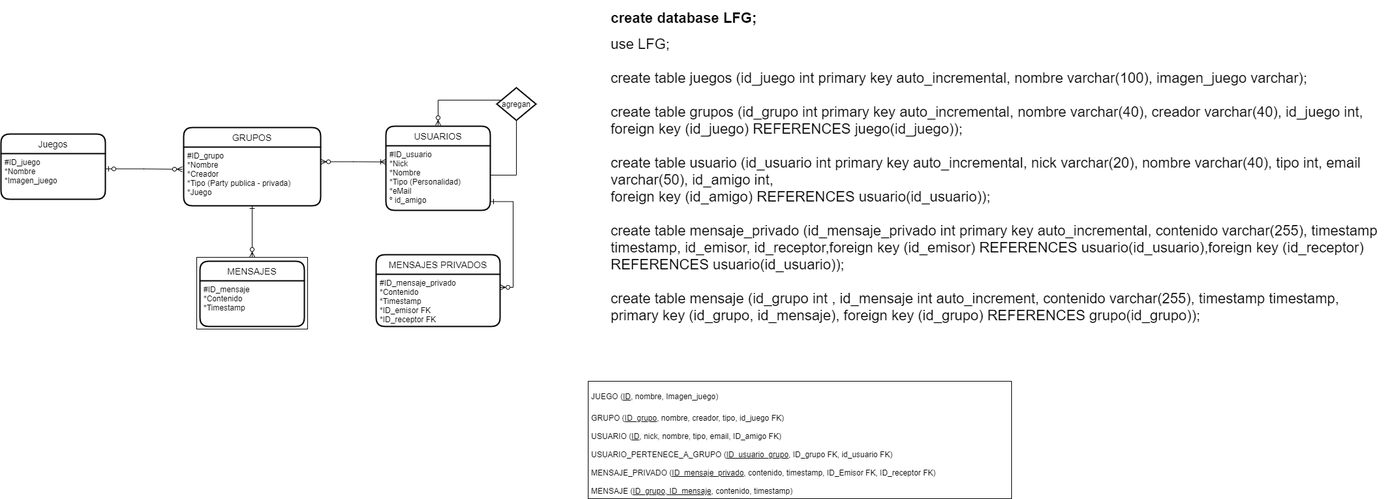
Amc210/Proyecto-Final keeps this draw.io diagram as ModeloProyecto/ModeloProyectoImagen.png. Above is the earlier version. Source tidied: cells renumbered, new cells last; positions are measured from the earlier drawing's top-left corner, leaving out a move shared by most shapes. The source it was exported from:
```xml
<mxGraphModel>
  <root>
    <mxCell id="0" />
    <mxCell id="1" parent="0" />
    <mxCell id="2" style="rounded=0;whiteSpace=wrap;html=1;strokeColor=#000000;" parent="1" vertex="1">
      <mxGeometry x="300" y="384" width="170" height="110" as="geometry" />
    </mxCell>
    <mxCell id="3" value="USUARIOS" style="swimlane;horizontal=1;startSize=30;rounded=1;fontSize=14;fontStyle=0;strokeWidth=2;shadow=0;dashed=0;align=center;" parent="1" vertex="1">
      <mxGeometry x="590" y="183" width="160" height="129" as="geometry" />
    </mxCell>
    <mxCell id="4" value="#ID_usuario&#10;*Nick&#10;*Nombre&#10;*Tipo (Personalidad)&#10;*eMail&#10;º id_amigo&#10;" style="align=left;strokeColor=none;fillColor=none;spacingLeft=4;fontSize=12;verticalAlign=top;" parent="3" vertex="1">
      <mxGeometry y="30" width="160" height="99" as="geometry" />
    </mxCell>
    <mxCell id="5" style="edgeStyle=orthogonalEdgeStyle;rounded=0;jettySize=auto;html=1;exitX=1;exitY=0.5;exitDx=0;exitDy=0;endArrow=ERzeroToMany;endFill=1;startArrow=none;startFill=0;" parent="3" edge="1" source="4">
      <mxGeometry relative="1" as="geometry">
        <mxPoint x="80" y="-1" as="targetPoint" />
        <Array as="points">
          <mxPoint x="200" y="75" />
          <mxPoint x="200" y="-40" />
          <mxPoint x="80" y="-40" />
        </Array>
      </mxGeometry>
    </mxCell>
    <mxCell id="6" value="GRUPOS" style="swimlane;horizontal=1;startSize=30;rounded=1;fontSize=14;fontStyle=0;strokeWidth=2;shadow=0;dashed=0;align=center;" parent="1" vertex="1">
      <mxGeometry x="280" y="185" width="210" height="120" as="geometry" />
    </mxCell>
    <mxCell id="7" value="#ID_grupo&#10;*Nombre&#10;*Creador&#10;*Tipo (Party publica - privada)&#10;*Juego" style="align=left;strokeColor=none;fillColor=none;spacingLeft=4;fontSize=12;verticalAlign=top;" parent="6" vertex="1">
      <mxGeometry y="30" width="210" height="90" as="geometry" />
    </mxCell>
    <mxCell id="8" value="Juegos" style="swimlane;horizontal=1;startSize=30;rounded=1;fontSize=14;fontStyle=0;strokeWidth=2;shadow=0;dashed=0;align=center;" parent="1" vertex="1">
      <mxGeometry y="195" width="160" height="100" as="geometry" />
    </mxCell>
    <mxCell id="9" value="#ID_juego&#10;*Nombre&#10;*Imagen_juego" style="align=left;strokeColor=none;fillColor=none;spacingLeft=4;fontSize=12;verticalAlign=top;" parent="8" vertex="1">
      <mxGeometry y="30" width="160" height="70" as="geometry" />
    </mxCell>
    <mxCell id="10" value="MENSAJES PRIVADOS" style="swimlane;horizontal=1;startSize=30;rounded=1;fontSize=14;fontStyle=0;strokeWidth=2;shadow=0;dashed=0;align=center;" parent="1" vertex="1">
      <mxGeometry x="575" y="380" width="190" height="110" as="geometry" />
    </mxCell>
    <mxCell id="11" value="#ID_mensaje_privado&#10;*Contenido&#10;*Timestamp&#10;*ID_emisor FK&#10;*ID_receptor FK" style="align=left;strokeColor=none;fillColor=none;spacingLeft=4;fontSize=12;verticalAlign=top;" parent="10" vertex="1">
      <mxGeometry y="30" width="190" height="80" as="geometry" />
    </mxCell>
    <mxCell id="12" style="edgeStyle=orthogonalEdgeStyle;rounded=0;jettySize=auto;html=1;exitX=1;exitY=0.25;exitDx=0;exitDy=0;entryX=0;entryY=0.25;entryDx=0;entryDy=0;endArrow=ERoneToMany;endFill=0;startArrow=ERzeroToMany;startFill=1;" parent="1" edge="1" source="7" target="4">
      <mxGeometry relative="1" as="geometry" />
    </mxCell>
    <mxCell id="13" style="edgeStyle=orthogonalEdgeStyle;rounded=0;jettySize=auto;html=1;exitX=0.5;exitY=1;exitDx=0;exitDy=0;endArrow=ERzeroToMany;endFill=1;startArrow=ERone;startFill=0;entryX=0.5;entryY=0;entryDx=0;entryDy=0;" parent="1" edge="1" source="7" target="2">
      <mxGeometry relative="1" as="geometry" />
    </mxCell>
    <mxCell id="14" style="edgeStyle=orthogonalEdgeStyle;rounded=0;jettySize=auto;html=1;exitX=1;exitY=0.25;exitDx=0;exitDy=0;endArrow=ERone;endFill=0;startArrow=ERzeroToMany;startFill=1;entryX=1.006;entryY=0.864;entryDx=0;entryDy=0;entryPerimeter=0;" parent="1" edge="1" source="11" target="4">
      <mxGeometry relative="1" as="geometry" />
    </mxCell>
    <mxCell id="15" style="edgeStyle=orthogonalEdgeStyle;rounded=0;jettySize=auto;html=1;endArrow=ERzeroToMany;endFill=1;startArrow=ERzeroToOne;startFill=1;exitX=1.006;exitY=0.334;exitDx=0;exitDy=0;exitPerimeter=0;" parent="1" edge="1" source="9">
      <mxGeometry relative="1" as="geometry">
        <mxPoint x="278" y="249" as="targetPoint" />
      </mxGeometry>
    </mxCell>
    <mxCell id="16" value="agregan" style="strokeWidth=2;html=1;shape=mxgraph.flowchart.decision;whiteSpace=wrap;" parent="1" vertex="1">
      <mxGeometry x="760" y="124" width="60" height="50" as="geometry" />
    </mxCell>
    <mxCell id="17" value="&lt;h1&gt;&lt;span style=&quot;font-size: 12px ; font-weight: 400&quot;&gt;JUEGO (&lt;u&gt;ID&lt;/u&gt;, nombre, Imagen_juego)&lt;/span&gt;&lt;br style=&quot;font-size: 12px ; font-weight: 400&quot;&gt;&lt;/h1&gt;&lt;div&gt;&lt;span style=&quot;font-size: 12px ; font-weight: 400&quot;&gt;GRUPO (&lt;u&gt;ID_grupo&lt;/u&gt;, nombre, creador, tipo, id_juego FK)&lt;/span&gt;&lt;/div&gt;&lt;div&gt;&lt;span style=&quot;font-size: 12px ; font-weight: 400&quot;&gt;&lt;br&gt;&lt;/span&gt;&lt;/div&gt;&lt;div&gt;USUARIO (&lt;u&gt;ID&lt;/u&gt;, nick, nombre, tipo, email, ID_amigo FK)&lt;/div&gt;&lt;div&gt;&lt;br&gt;&lt;/div&gt;&lt;div&gt;USUARIO_PERTENECE_A_GRUPO (&lt;u&gt;ID_usuario_grupo&lt;/u&gt;, ID_grupo FK, id_usuario FK)&lt;/div&gt;&lt;div&gt;&lt;br&gt;&lt;/div&gt;&lt;div&gt;MENSAJE_PRIVADO (&lt;u&gt;ID_mensaje_privado&lt;/u&gt;, contenido, timestamp, ID_Emisor FK, ID_receptor FK)&lt;/div&gt;&lt;div&gt;&lt;br&gt;&lt;/div&gt;&lt;div&gt;MENSAJE (&lt;u&gt;ID_grupo,&amp;nbsp;ID_mensaje&lt;/u&gt;, contenido, timestamp)&lt;/div&gt;" style="text;html=1;fillColor=none;spacing=5;spacingTop=-20;whiteSpace=wrap;overflow=hidden;rounded=0;strokeColor=#000000;align=left;" parent="1" vertex="1">
      <mxGeometry x="900" y="574" width="649" height="180" as="geometry" />
    </mxCell>
    <mxCell id="18" value="&lt;h1 style=&quot;font-size: 22px&quot;&gt;&lt;font style=&quot;font-size: 22px&quot;&gt;create database LFG;&lt;/font&gt;&lt;/h1&gt;&lt;div style=&quot;font-size: 22px&quot;&gt;use LFG;&lt;/div&gt;&lt;div style=&quot;font-size: 22px&quot;&gt;&lt;br&gt;&lt;/div&gt;&lt;div style=&quot;font-size: 22px&quot;&gt;create table juegos (id_juego int primary key auto_incremental, nombre varchar(100), imagen_juego varchar);&lt;/div&gt;&lt;div style=&quot;font-size: 22px&quot;&gt;&lt;br&gt;&lt;/div&gt;&lt;div style=&quot;font-size: 22px&quot;&gt;create table grupos (id_grupo int primary key auto_incremental, nombre varchar(40), creador varchar(40), id_juego int, foreign key (id_juego) REFERENCES juego(id_juego));&lt;/div&gt;&lt;div style=&quot;font-size: 22px&quot;&gt;&lt;br&gt;&lt;/div&gt;&lt;div style=&quot;font-size: 22px&quot;&gt;create table usuario (id_usuario int primary key auto_incremental, nick varchar(20), nombre varchar(40), tipo int, email varchar(50), id_amigo int,&amp;nbsp;&lt;/div&gt;&lt;span style=&quot;font-size: 22px&quot;&gt;foreign key (id_amigo) REFERENCES usuario(id_usuario));&lt;br&gt;&lt;br&gt;create table mensaje_privado (id_mensaje_privado int primary key auto_incremental, contenido varchar(255), timestamp timestamp, id_emisor, id_receptor,&lt;/span&gt;&lt;span style=&quot;font-size: 22px&quot;&gt;foreign key (id_emisor) REFERENCES usuario&lt;/span&gt;&lt;span style=&quot;font-size: 22px&quot;&gt;(id_usuario),&lt;/span&gt;&lt;span style=&quot;font-size: 22px&quot;&gt;foreign key (id_receptor) REFERENCES usuario&lt;/span&gt;&lt;span style=&quot;font-size: 22px&quot;&gt;(id_usuario)&lt;/span&gt;&lt;span style=&quot;font-size: 22px&quot;&gt;);&lt;br&gt;&lt;br&gt;create table mensaje (id_grupo int , id_mensaje int auto_increment, contenido varchar(255), timestamp timestamp, primary key (id_grupo, id_mensaje),&amp;nbsp;&lt;/span&gt;&lt;span style=&quot;font-size: 22px&quot;&gt;foreign key (id_grupo) REFERENCES grupo&lt;/span&gt;&lt;span style=&quot;font-size: 22px&quot;&gt;(id_grupo));&lt;/span&gt;&lt;span style=&quot;font-size: 22px&quot;&gt;&lt;br&gt;&lt;/span&gt;" style="text;html=1;strokeColor=none;fillColor=none;spacing=5;spacingTop=-20;whiteSpace=wrap;overflow=hidden;rounded=0;" parent="1" vertex="1">
      <mxGeometry x="930" width="1200" height="594" as="geometry" />
    </mxCell>
    <mxCell id="19" value="MENSAJES" style="swimlane;horizontal=1;startSize=30;rounded=1;fontSize=14;fontStyle=0;strokeWidth=2;shadow=0;dashed=0;align=center;" parent="1" vertex="1">
      <mxGeometry x="305" y="390" width="160" height="100" as="geometry" />
    </mxCell>
    <mxCell id="20" value="#ID_mensaje&#10;*Contenido&#10;*Timestamp" style="align=left;strokeColor=none;fillColor=none;spacingLeft=4;fontSize=12;verticalAlign=top;" parent="19" vertex="1">
      <mxGeometry y="30" width="160" height="70" as="geometry" />
    </mxCell>
  </root>
</mxGraphModel>
```
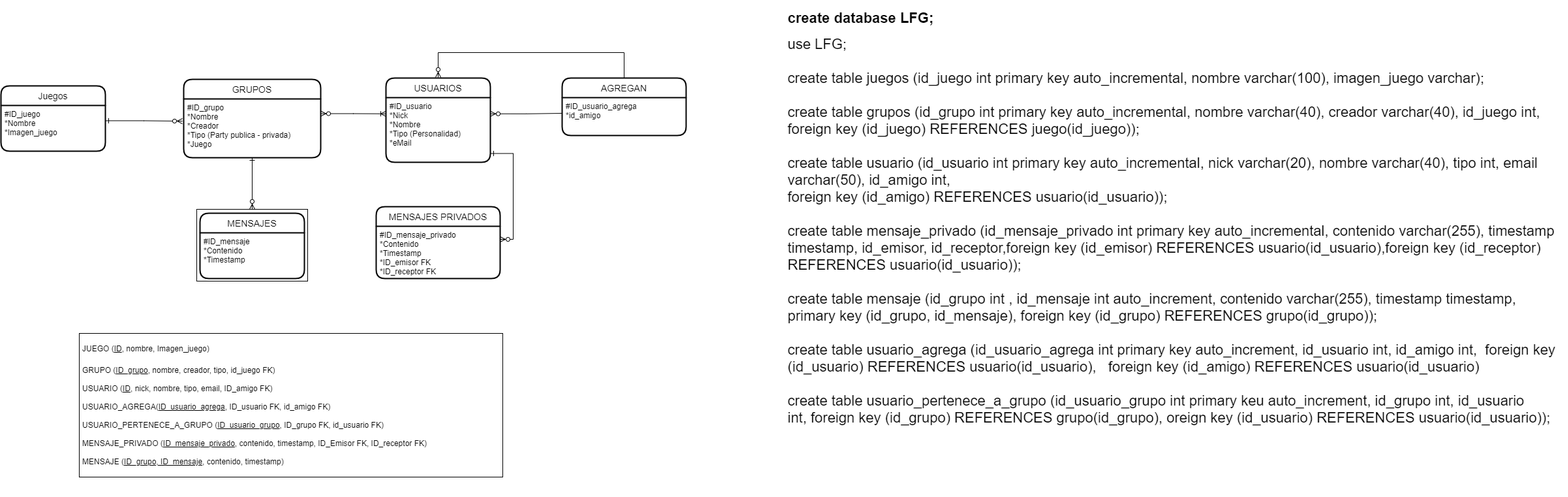
After the change.

The edit, as a diff of the source:
```diff
@@ -8,16 +8,15 @@
     <mxCell id="3" value="USUARIOS" style="swimlane;horizontal=1;startSize=30;rounded=1;fontSize=14;fontStyle=0;strokeWidth=2;shadow=0;dashed=0;align=center;" parent="1" vertex="1">
       <mxGeometry x="590" y="183" width="160" height="129" as="geometry" />
     </mxCell>
-    <mxCell id="4" value="#ID_usuario&#10;*Nick&#10;*Nombre&#10;*Tipo (Personalidad)&#10;*eMail&#10;º id_amigo&#10;" style="align=left;strokeColor=none;fillColor=none;spacingLeft=4;fontSize=12;verticalAlign=top;" parent="3" vertex="1">
+    <mxCell id="4" value="#ID_usuario&#10;*Nick&#10;*Nombre&#10;*Tipo (Personalidad)&#10;*eMail" style="align=left;strokeColor=none;fillColor=none;spacingLeft=4;fontSize=12;verticalAlign=top;" parent="3" vertex="1">
       <mxGeometry y="30" width="160" height="99" as="geometry" />
     </mxCell>
-    <mxCell id="5" style="edgeStyle=orthogonalEdgeStyle;rounded=0;jettySize=auto;html=1;exitX=1;exitY=0.5;exitDx=0;exitDy=0;endArrow=ERzeroToMany;endFill=1;startArrow=none;startFill=0;" parent="3" edge="1" source="4">
+    <mxCell id="5" style="edgeStyle=orthogonalEdgeStyle;rounded=0;jettySize=auto;html=1;endArrow=ERzeroToMany;endFill=1;startArrow=none;startFill=0;exitX=0.5;exitY=0;exitDx=0;exitDy=0;" parent="3" edge="1" source="21">
       <mxGeometry relative="1" as="geometry">
         <mxPoint x="80" y="-1" as="targetPoint" />
         <Array as="points">
-          <mxPoint x="200" y="75" />
-          <mxPoint x="200" y="-40" />
-          <mxPoint x="80" y="-40" />
+          <mxPoint x="365" y="-39" />
+          <mxPoint x="80" y="-39" />
         </Array>
       </mxGeometry>
     </mxCell>
@@ -48,19 +47,16 @@
     <mxCell id="14" style="edgeStyle=orthogonalEdgeStyle;rounded=0;jettySize=auto;html=1;exitX=1;exitY=0.25;exitDx=0;exitDy=0;endArrow=ERone;endFill=0;startArrow=ERzeroToMany;startFill=1;entryX=1.006;entryY=0.864;entryDx=0;entryDy=0;entryPerimeter=0;" parent="1" edge="1" source="11" target="4">
       <mxGeometry relative="1" as="geometry" />
     </mxCell>
-    <mxCell id="15" style="edgeStyle=orthogonalEdgeStyle;rounded=0;jettySize=auto;html=1;endArrow=ERzeroToMany;endFill=1;startArrow=ERzeroToOne;startFill=1;exitX=1.006;exitY=0.334;exitDx=0;exitDy=0;exitPerimeter=0;" parent="1" edge="1" source="9">
+    <mxCell id="15" style="edgeStyle=orthogonalEdgeStyle;rounded=0;jettySize=auto;html=1;endArrow=ERzeroToMany;endFill=1;startArrow=ERone;startFill=0;exitX=1.006;exitY=0.334;exitDx=0;exitDy=0;exitPerimeter=0;" parent="1" edge="1" source="9">
       <mxGeometry relative="1" as="geometry">
         <mxPoint x="278" y="249" as="targetPoint" />
       </mxGeometry>
     </mxCell>
-    <mxCell id="16" value="agregan" style="strokeWidth=2;html=1;shape=mxgraph.flowchart.decision;whiteSpace=wrap;" parent="1" vertex="1">
-      <mxGeometry x="760" y="124" width="60" height="50" as="geometry" />
-    </mxCell>
-    <mxCell id="17" value="&lt;h1&gt;&lt;span style=&quot;font-size: 12px ; font-weight: 400&quot;&gt;JUEGO (&lt;u&gt;ID&lt;/u&gt;, nombre, Imagen_juego)&lt;/span&gt;&lt;br style=&quot;font-size: 12px ; font-weight: 400&quot;&gt;&lt;/h1&gt;&lt;div&gt;&lt;span style=&quot;font-size: 12px ; font-weight: 400&quot;&gt;GRUPO (&lt;u&gt;ID_grupo&lt;/u&gt;, nombre, creador, tipo, id_juego FK)&lt;/span&gt;&lt;/div&gt;&lt;div&gt;&lt;span style=&quot;font-size: 12px ; font-weight: 400&quot;&gt;&lt;br&gt;&lt;/span&gt;&lt;/div&gt;&lt;div&gt;USUARIO (&lt;u&gt;ID&lt;/u&gt;, nick, nombre, tipo, email, ID_amigo FK)&lt;/div&gt;&lt;div&gt;&lt;br&gt;&lt;/div&gt;&lt;div&gt;USUARIO_PERTENECE_A_GRUPO (&lt;u&gt;ID_usuario_grupo&lt;/u&gt;, ID_grupo FK, id_usuario FK)&lt;/div&gt;&lt;div&gt;&lt;br&gt;&lt;/div&gt;&lt;div&gt;MENSAJE_PRIVADO (&lt;u&gt;ID_mensaje_privado&lt;/u&gt;, contenido, timestamp, ID_Emisor FK, ID_receptor FK)&lt;/div&gt;&lt;div&gt;&lt;br&gt;&lt;/div&gt;&lt;div&gt;MENSAJE (&lt;u&gt;ID_grupo,&amp;nbsp;ID_mensaje&lt;/u&gt;, contenido, timestamp)&lt;/div&gt;" style="text;html=1;fillColor=none;spacing=5;spacingTop=-20;whiteSpace=wrap;overflow=hidden;rounded=0;strokeColor=#000000;align=left;" parent="1" vertex="1">
-      <mxGeometry x="900" y="574" width="649" height="180" as="geometry" />
+    <mxCell id="17" value="&lt;h1&gt;&lt;span style=&quot;font-size: 12px ; font-weight: 400&quot;&gt;JUEGO (&lt;u&gt;ID&lt;/u&gt;, nombre, Imagen_juego)&lt;/span&gt;&lt;br style=&quot;font-size: 12px ; font-weight: 400&quot;&gt;&lt;/h1&gt;&lt;div&gt;&lt;span style=&quot;font-size: 12px ; font-weight: 400&quot;&gt;GRUPO (&lt;u&gt;ID_grupo&lt;/u&gt;, nombre, creador, tipo, id_juego FK)&lt;/span&gt;&lt;/div&gt;&lt;div&gt;&lt;span style=&quot;font-size: 12px ; font-weight: 400&quot;&gt;&lt;br&gt;&lt;/span&gt;&lt;/div&gt;&lt;div&gt;USUARIO (&lt;u&gt;ID&lt;/u&gt;, nick, nombre, tipo, email, ID_amigo FK)&lt;/div&gt;&lt;div&gt;&lt;br&gt;&lt;/div&gt;&lt;div&gt;USUARIO_AGREGA(&lt;u&gt;ID_usuario_agrega&lt;/u&gt;, ID_usuario FK, id_amigo FK)&lt;/div&gt;&lt;div&gt;&lt;br&gt;&lt;/div&gt;&lt;div&gt;USUARIO_PERTENECE_A_GRUPO (&lt;u&gt;ID_usuario_grupo&lt;/u&gt;, ID_grupo FK, id_usuario FK)&lt;/div&gt;&lt;div&gt;&lt;br&gt;&lt;/div&gt;&lt;div&gt;MENSAJE_PRIVADO (&lt;u&gt;ID_mensaje_privado&lt;/u&gt;, contenido, timestamp, ID_Emisor FK, ID_receptor FK)&lt;/div&gt;&lt;div&gt;&lt;br&gt;&lt;/div&gt;&lt;div&gt;MENSAJE (&lt;u&gt;ID_grupo,&amp;nbsp;ID_mensaje&lt;/u&gt;, contenido, timestamp)&lt;/div&gt;" style="text;html=1;fillColor=none;spacing=5;spacingTop=-20;whiteSpace=wrap;overflow=hidden;rounded=0;strokeColor=#000000;align=left;" parent="1" vertex="1">
+      <mxGeometry x="120" y="574" width="649" height="220" as="geometry" />
     </mxCell>
-    <mxCell id="18" value="&lt;h1 style=&quot;font-size: 22px&quot;&gt;&lt;font style=&quot;font-size: 22px&quot;&gt;create database LFG;&lt;/font&gt;&lt;/h1&gt;&lt;div style=&quot;font-size: 22px&quot;&gt;use LFG;&lt;/div&gt;&lt;div style=&quot;font-size: 22px&quot;&gt;&lt;br&gt;&lt;/div&gt;&lt;div style=&quot;font-size: 22px&quot;&gt;create table juegos (id_juego int primary key auto_incremental, nombre varchar(100), imagen_juego varchar);&lt;/div&gt;&lt;div style=&quot;font-size: 22px&quot;&gt;&lt;br&gt;&lt;/div&gt;&lt;div style=&quot;font-size: 22px&quot;&gt;create table grupos (id_grupo int primary key auto_incremental, nombre varchar(40), creador varchar(40), id_juego int, foreign key (id_juego) REFERENCES juego(id_juego));&lt;/div&gt;&lt;div style=&quot;font-size: 22px&quot;&gt;&lt;br&gt;&lt;/div&gt;&lt;div style=&quot;font-size: 22px&quot;&gt;create table usuario (id_usuario int primary key auto_incremental, nick varchar(20), nombre varchar(40), tipo int, email varchar(50), id_amigo int,&amp;nbsp;&lt;/div&gt;&lt;span style=&quot;font-size: 22px&quot;&gt;foreign key (id_amigo) REFERENCES usuario(id_usuario));&lt;br&gt;&lt;br&gt;create table mensaje_privado (id_mensaje_privado int primary key auto_incremental, contenido varchar(255), timestamp timestamp, id_emisor, id_receptor,&lt;/span&gt;&lt;span style=&quot;font-size: 22px&quot;&gt;foreign key (id_emisor) REFERENCES usuario&lt;/span&gt;&lt;span style=&quot;font-size: 22px&quot;&gt;(id_usuario),&lt;/span&gt;&lt;span style=&quot;font-size: 22px&quot;&gt;foreign key (id_receptor) REFERENCES usuario&lt;/span&gt;&lt;span style=&quot;font-size: 22px&quot;&gt;(id_usuario)&lt;/span&gt;&lt;span style=&quot;font-size: 22px&quot;&gt;);&lt;br&gt;&lt;br&gt;create table mensaje (id_grupo int , id_mensaje int auto_increment, contenido varchar(255), timestamp timestamp, primary key (id_grupo, id_mensaje),&amp;nbsp;&lt;/span&gt;&lt;span style=&quot;font-size: 22px&quot;&gt;foreign key (id_grupo) REFERENCES grupo&lt;/span&gt;&lt;span style=&quot;font-size: 22px&quot;&gt;(id_grupo));&lt;/span&gt;&lt;span style=&quot;font-size: 22px&quot;&gt;&lt;br&gt;&lt;/span&gt;" style="text;html=1;strokeColor=none;fillColor=none;spacing=5;spacingTop=-20;whiteSpace=wrap;overflow=hidden;rounded=0;" parent="1" vertex="1">
-      <mxGeometry x="930" width="1200" height="594" as="geometry" />
+    <mxCell id="18" value="&lt;h1 style=&quot;font-size: 22px&quot;&gt;&lt;font style=&quot;font-size: 22px&quot;&gt;create database LFG;&lt;/font&gt;&lt;/h1&gt;&lt;div style=&quot;font-size: 22px&quot;&gt;use LFG;&lt;/div&gt;&lt;div style=&quot;font-size: 22px&quot;&gt;&lt;br&gt;&lt;/div&gt;&lt;div style=&quot;font-size: 22px&quot;&gt;create table juegos (id_juego int primary key auto_incremental, nombre varchar(100), imagen_juego varchar);&lt;/div&gt;&lt;div style=&quot;font-size: 22px&quot;&gt;&lt;br&gt;&lt;/div&gt;&lt;div style=&quot;font-size: 22px&quot;&gt;create table grupos (id_grupo int primary key auto_incremental, nombre varchar(40), creador varchar(40), id_juego int, foreign key (id_juego) REFERENCES juego(id_juego));&lt;/div&gt;&lt;div style=&quot;font-size: 22px&quot;&gt;&lt;br&gt;&lt;/div&gt;&lt;div style=&quot;font-size: 22px&quot;&gt;create table usuario (id_usuario int primary key auto_incremental, nick varchar(20), nombre varchar(40), tipo int, email varchar(50), id_amigo int,&amp;nbsp;&lt;/div&gt;&lt;span style=&quot;font-size: 22px&quot;&gt;foreign key (id_amigo) REFERENCES usuario(id_usuario));&lt;br&gt;&lt;br&gt;create table mensaje_privado (id_mensaje_privado int primary key auto_incremental, contenido varchar(255), timestamp timestamp, id_emisor, id_receptor,&lt;/span&gt;&lt;span style=&quot;font-size: 22px&quot;&gt;foreign key (id_emisor) REFERENCES usuario&lt;/span&gt;&lt;span style=&quot;font-size: 22px&quot;&gt;(id_usuario),&lt;/span&gt;&lt;span style=&quot;font-size: 22px&quot;&gt;foreign key (id_receptor) REFERENCES usuario&lt;/span&gt;&lt;span style=&quot;font-size: 22px&quot;&gt;(id_usuario)&lt;/span&gt;&lt;span style=&quot;font-size: 22px&quot;&gt;);&lt;br&gt;&lt;br&gt;create table mensaje (id_grupo int , id_mensaje int auto_increment, contenido varchar(255), timestamp timestamp, primary key (id_grupo, id_mensaje),&amp;nbsp;&lt;/span&gt;&lt;span style=&quot;font-size: 22px&quot;&gt;foreign key (id_grupo) REFERENCES grupo&lt;/span&gt;&lt;span style=&quot;font-size: 22px&quot;&gt;(id_grupo));&lt;br&gt;&lt;/span&gt;&lt;span style=&quot;font-size: 22px&quot;&gt;&lt;br&gt;create table usuario_agrega (id_usuario_agrega int primary key auto_increment, id_usuario int, id_amigo int,&amp;nbsp;&lt;/span&gt;&lt;span style=&quot;font-size: 22px&quot;&gt;&amp;nbsp;&lt;/span&gt;&lt;span style=&quot;font-size: 22px&quot;&gt;foreign key (id_usuario) REFERENCES usuario&lt;/span&gt;&lt;span style=&quot;font-size: 22px&quot;&gt;(id_usuario),&amp;nbsp;&lt;/span&gt;&lt;span style=&quot;font-size: 22px&quot;&gt;&amp;nbsp;&lt;/span&gt;&lt;span style=&quot;font-size: 22px&quot;&gt;&amp;nbsp;&lt;/span&gt;&lt;span style=&quot;font-size: 22px&quot;&gt;foreign key (id_amigo) REFERENCES usuario&lt;/span&gt;&lt;span style=&quot;font-size: 22px&quot;&gt;(id_usuario)&lt;br&gt;&lt;br&gt;create table usuario_pertenece_a_grupo (id_usuario_grupo int primary keu auto_increment, id_grupo int, id_usuario int,&amp;nbsp;&lt;/span&gt;&lt;span style=&quot;font-size: 22px&quot;&gt;foreign key (id_grupo) REFERENCES grupo&lt;/span&gt;&lt;span style=&quot;font-size: 22px&quot;&gt;(id_grupo),&amp;nbsp;&lt;/span&gt;&lt;span style=&quot;font-size: 22px&quot;&gt;oreign key (id_usuario) REFERENCES usuario&lt;/span&gt;&lt;span style=&quot;font-size: 22px&quot;&gt;(id_usuario));&lt;/span&gt;&lt;span style=&quot;font-size: 22px&quot;&gt;&lt;br&gt;&lt;/span&gt;" style="text;html=1;strokeColor=none;fillColor=none;spacing=5;spacingTop=-20;whiteSpace=wrap;overflow=hidden;rounded=0;" parent="1" vertex="1">
+      <mxGeometry x="1201" y="74" width="1200" height="750" as="geometry" />
     </mxCell>
     <mxCell id="19" value="MENSAJES" style="swimlane;horizontal=1;startSize=30;rounded=1;fontSize=14;fontStyle=0;strokeWidth=2;shadow=0;dashed=0;align=center;" parent="1" vertex="1">
       <mxGeometry x="305" y="390" width="160" height="100" as="geometry" />
@@ -68,5 +64,14 @@
     <mxCell id="20" value="#ID_mensaje&#10;*Contenido&#10;*Timestamp" style="align=left;strokeColor=none;fillColor=none;spacingLeft=4;fontSize=12;verticalAlign=top;" parent="19" vertex="1">
       <mxGeometry y="30" width="160" height="70" as="geometry" />
     </mxCell>
+    <mxCell id="21" value="AGREGAN" style="swimlane;horizontal=1;startSize=30;rounded=1;fontSize=14;fontStyle=0;strokeWidth=2;shadow=0;dashed=0;align=center;" parent="1" vertex="1">
+      <mxGeometry x="860" y="183" width="190" height="88" as="geometry" />
+    </mxCell>
+    <mxCell id="22" value="#ID_usuario_agrega&#10;*id_amigo&#10;" style="align=left;strokeColor=none;fillColor=none;spacingLeft=4;fontSize=12;verticalAlign=top;" parent="21" vertex="1">
+      <mxGeometry y="30" width="190" height="58" as="geometry" />
+    </mxCell>
+    <mxCell id="23" style="edgeStyle=orthogonalEdgeStyle;rounded=0;jettySize=auto;html=1;exitX=1;exitY=0.25;exitDx=0;exitDy=0;entryX=0;entryY=0.414;entryDx=0;entryDy=0;entryPerimeter=0;startArrow=ERzeroToMany;startFill=1;endArrow=none;endFill=0;" parent="1" edge="1" source="4" target="22">
+      <mxGeometry relative="1" as="geometry" />
+    </mxCell>
   </root>
 </mxGraphModel>
```
